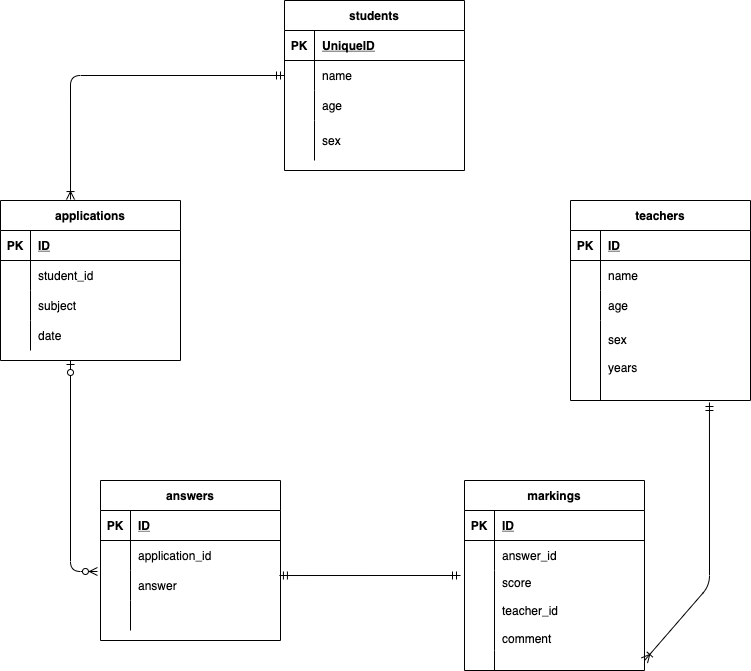
Earlier version of the draw.io export index.drawio.png (sakaguchi-hiroshi/exercise-4). Source tidied: cells renumbered, new cells last; positions are measured from the earlier drawing's top-left corner, leaving out a move shared by most shapes.
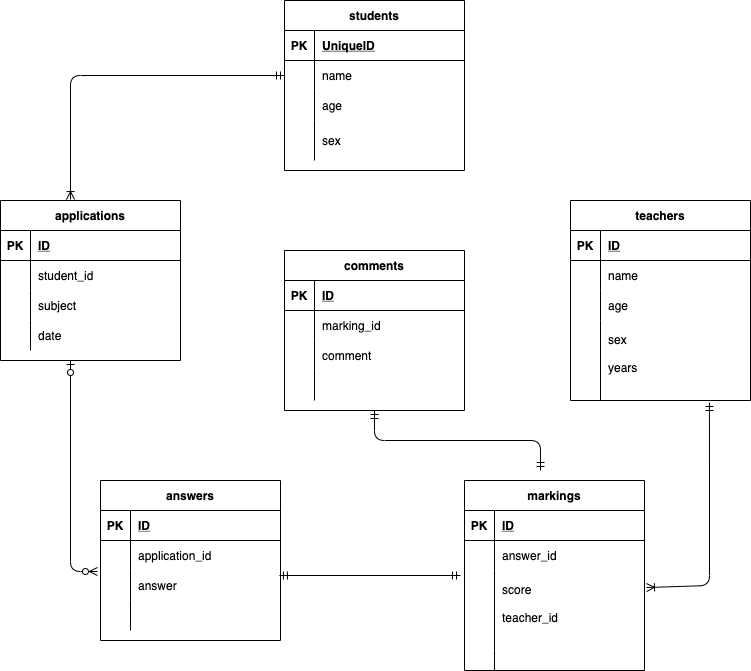
The same diagram one commit later.

What changed in the source:
```diff
@@ -146,7 +146,7 @@
     <mxCell id="49" style="shape=partialRectangle;fillColor=none;top=0;left=0;bottom=0;right=0;overflow=hidden;labelBorderColor=none;strokeColor=default;" parent="48" vertex="1">
       <mxGeometry width="30" height="80" as="geometry" />
     </mxCell>
-    <mxCell id="50" value="score&#10;&#10;teacher_id&#10;&#10;comment" style="shape=partialRectangle;fillColor=none;top=0;left=0;bottom=0;right=0;align=left;spacingLeft=6;overflow=hidden;labelBorderColor=none;strokeColor=default;" parent="48" vertex="1">
+    <mxCell id="50" value="score&#10;&#10;teacher_id&#10;" style="shape=partialRectangle;fillColor=none;top=0;left=0;bottom=0;right=0;align=left;spacingLeft=6;overflow=hidden;labelBorderColor=none;strokeColor=default;" parent="48" vertex="1">
       <mxGeometry x="30" width="150" height="80" as="geometry" />
     </mxCell>
     <mxCell id="51" style="shape=partialRectangle;fillColor=none;top=0;left=0;bottom=0;right=0;points=[[0,0.5],[1,0.5]];portConstraint=eastwest;labelBorderColor=none;strokeColor=default;" parent="41" vertex="1">
@@ -217,12 +217,60 @@
         <mxPoint x="460" y="575" as="targetPoint" />
       </mxGeometry>
     </mxCell>
-    <mxCell id="70" style="fontSize=12;html=1;endArrow=ERoneToMany;startArrow=ERmandOne;exitX=0.772;exitY=1.025;exitDx=0;exitDy=0;exitPerimeter=0;entryX=1;entryY=0.5;entryDx=0;entryDy=0;" parent="1" edge="1" source="25" target="51">
+    <mxCell id="70" style="fontSize=12;html=1;endArrow=ERoneToMany;startArrow=ERmandOne;exitX=0.772;exitY=1.025;exitDx=0;exitDy=0;exitPerimeter=0;entryX=1.011;entryY=0.213;entryDx=0;entryDy=0;entryPerimeter=0;" parent="1" edge="1" source="25" target="48">
       <mxGeometry relative="1" as="geometry">
         <Array as="points">
           <mxPoint x="709" y="585" />
         </Array>
       </mxGeometry>
     </mxCell>
+    <mxCell id="71" value="comments" style="shape=table;startSize=30;rowLines=0;fontStyle=1;align=center;" parent="1" vertex="1">
+      <mxGeometry x="284" y="250" width="180" height="160" as="geometry" />
+    </mxCell>
+    <mxCell id="72" style="shape=partialRectangle;fillColor=none;top=0;left=0;bottom=1;right=0;" parent="71" vertex="1">
+      <mxGeometry y="30" width="180" height="30" as="geometry" />
+    </mxCell>
+    <mxCell id="73" value="PK" style="shape=partialRectangle;fillColor=none;top=0;left=0;bottom=0;right=0;fontStyle=1;overflow=hidden;" parent="72" vertex="1">
+      <mxGeometry width="30" height="30" as="geometry" />
+    </mxCell>
+    <mxCell id="74" value="ID" style="shape=partialRectangle;fillColor=none;top=0;left=0;bottom=0;right=0;align=left;spacingLeft=6;fontStyle=5;overflow=hidden;" parent="72" vertex="1">
+      <mxGeometry x="30" width="150" height="30" as="geometry" />
+    </mxCell>
+    <mxCell id="75" style="shape=partialRectangle;fillColor=none;top=0;left=0;bottom=0;right=0;" parent="71" vertex="1">
+      <mxGeometry y="60" width="180" height="30" as="geometry" />
+    </mxCell>
+    <mxCell id="76" style="shape=partialRectangle;fillColor=none;top=0;left=0;bottom=0;right=0;overflow=hidden;" parent="75" vertex="1">
+      <mxGeometry width="30" height="30" as="geometry" />
+    </mxCell>
+    <mxCell id="77" value="marking_id" style="shape=partialRectangle;fillColor=none;top=0;left=0;bottom=0;right=0;align=left;spacingLeft=6;overflow=hidden;" parent="75" vertex="1">
+      <mxGeometry x="30" width="150" height="30" as="geometry" />
+    </mxCell>
+    <mxCell id="78" style="shape=partialRectangle;fillColor=none;top=0;left=0;bottom=0;right=0;" parent="71" vertex="1">
+      <mxGeometry y="90" width="180" height="30" as="geometry" />
+    </mxCell>
+    <mxCell id="79" style="shape=partialRectangle;fillColor=none;top=0;left=0;bottom=0;right=0;overflow=hidden;" parent="78" vertex="1">
+      <mxGeometry width="30" height="30" as="geometry" />
+    </mxCell>
+    <mxCell id="80" value="comment" style="shape=partialRectangle;fillColor=none;top=0;left=0;bottom=0;right=0;align=left;spacingLeft=6;overflow=hidden;" parent="78" vertex="1">
+      <mxGeometry x="30" width="150" height="30" as="geometry" />
+    </mxCell>
+    <mxCell id="81" style="shape=partialRectangle;fillColor=none;top=0;left=0;bottom=0;right=0;" parent="71" vertex="1">
+      <mxGeometry y="120" width="180" height="30" as="geometry" />
+    </mxCell>
+    <mxCell id="82" style="shape=partialRectangle;fillColor=none;top=0;left=0;bottom=0;right=0;overflow=hidden;" parent="81" vertex="1">
+      <mxGeometry width="30" height="30" as="geometry" />
+    </mxCell>
+    <mxCell id="83" style="shape=partialRectangle;fillColor=none;top=0;left=0;bottom=0;right=0;align=left;spacingLeft=6;overflow=hidden;" parent="81" vertex="1">
+      <mxGeometry x="30" width="150" height="30" as="geometry" />
+    </mxCell>
+    <mxCell id="84" style="fontSize=12;html=1;endArrow=ERmandOne;startArrow=ERmandOne;entryX=0.5;entryY=1;entryDx=0;entryDy=0;" parent="1" edge="1" target="71">
+      <mxGeometry relative="1" as="geometry">
+        <mxPoint x="540" y="470" as="sourcePoint" />
+        <Array as="points">
+          <mxPoint x="540" y="440" />
+          <mxPoint x="374" y="440" />
+        </Array>
+      </mxGeometry>
+    </mxCell>
   </root>
 </mxGraphModel>
```
